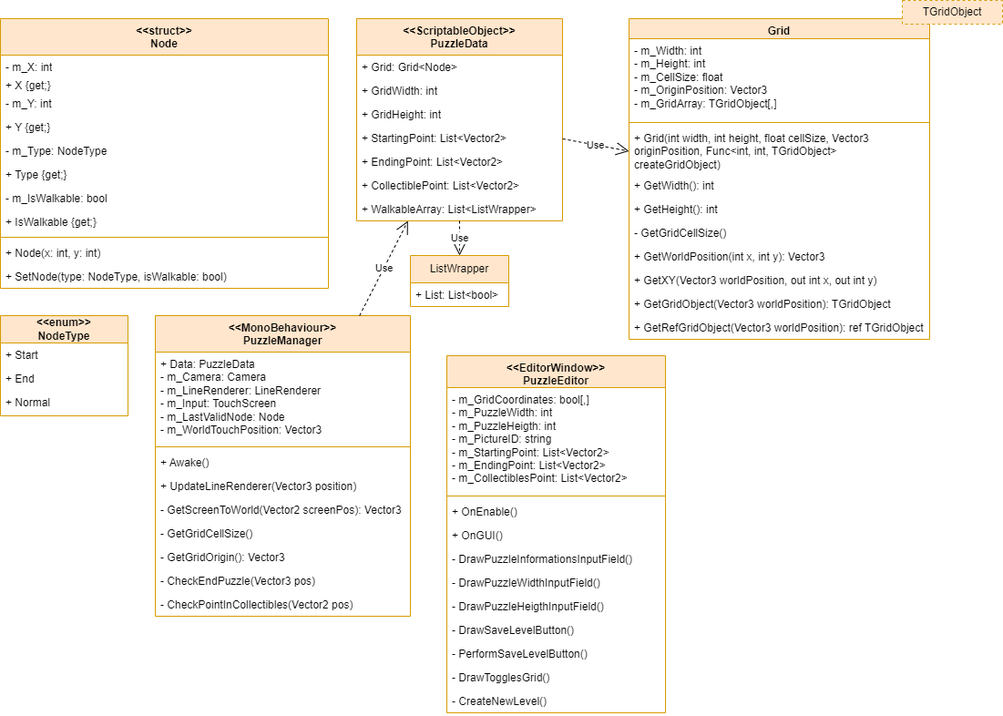
Earlier version of the draw.io export Documentation/Programming/uml_B2B_Museum_Puzzles.png (gabevlogd/Brera-Museum-B2B-App). Source tidied: cells renumbered, new cells last; positions are measured from the earlier drawing's top-left corner, leaving out a move shared by most shapes.
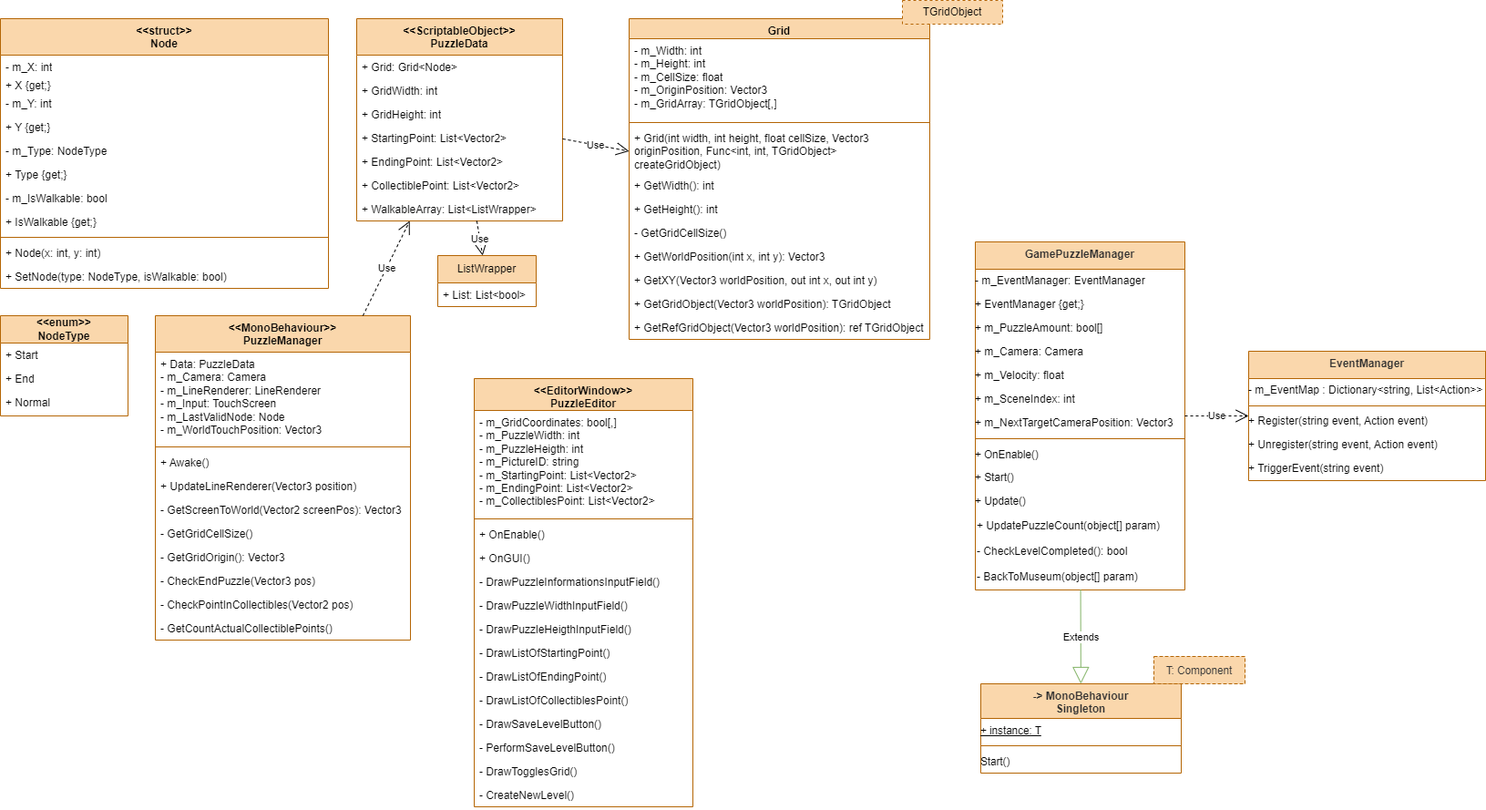
The same diagram one commit later.

Commit message:
updated uml puzzle system

What changed in the source:
```diff
@@ -4,3 +4,3 @@
     <mxCell id="1" parent="0" />
-    <mxCell id="2" value="&amp;lt;&amp;lt;struct&amp;gt;&amp;gt;&lt;br&gt;Node" style="swimlane;fontStyle=1;align=center;verticalAlign=top;horizontal=1;startSize=40;whiteSpace=wrap;html=1;fillColor=#ffe6cc;strokeColor=#d79b00;" parent="1" vertex="1">
+    <mxCell id="2" value="&amp;lt;&amp;lt;struct&amp;gt;&amp;gt;&lt;br&gt;Node" style="swimlane;fontStyle=1;align=center;verticalAlign=top;horizontal=1;startSize=40;whiteSpace=wrap;html=1;fillColor=#fad7ac;strokeColor=#b46504;" parent="1" vertex="1">
       <mxGeometry y="20" width="360" height="296" as="geometry" />
@@ -40,3 +40,3 @@
     </mxCell>
-    <mxCell id="14" value="&lt;b&gt;&amp;lt;&amp;lt;enum&amp;gt;&amp;gt;&lt;br&gt;NodeType&lt;/b&gt;" style="swimlane;fontStyle=0;horizontal=1;startSize=30;fillColor=#ffe6cc;whiteSpace=wrap;html=1;strokeColor=#d79b00;" parent="1" vertex="1">
+    <mxCell id="14" value="&lt;b&gt;&amp;lt;&amp;lt;enum&amp;gt;&amp;gt;&lt;br&gt;NodeType&lt;/b&gt;" style="swimlane;fontStyle=0;horizontal=1;startSize=30;fillColor=#fad7ac;whiteSpace=wrap;html=1;strokeColor=#b46504;" parent="1" vertex="1">
       <mxGeometry y="346" width="140" height="110" as="geometry" />
@@ -52,4 +52,4 @@
     </mxCell>
-    <mxCell id="18" value="&amp;lt;&amp;lt;MonoBehaviour&amp;gt;&amp;gt;&lt;br&gt;PuzzleManager" style="swimlane;fontStyle=1;align=center;verticalAlign=top;horizontal=1;startSize=40;whiteSpace=wrap;html=1;fillColor=#ffe6cc;strokeColor=#d79b00;" parent="1" vertex="1">
-      <mxGeometry x="170" y="346" width="280" height="330" as="geometry" />
+    <mxCell id="18" value="&amp;lt;&amp;lt;MonoBehaviour&amp;gt;&amp;gt;&lt;br&gt;PuzzleManager" style="swimlane;fontStyle=1;align=center;verticalAlign=top;horizontal=1;startSize=40;whiteSpace=wrap;html=1;fillColor=#fad7ac;strokeColor=#b46504;" parent="1" vertex="1">
+      <mxGeometry x="170" y="346" width="280" height="356" as="geometry" />
     </mxCell>
@@ -82,3 +82,6 @@
     </mxCell>
+    <mxCell id="65" value="- GetCountActualCollectiblePoints()" style="text;strokeColor=none;fillColor=none;align=left;verticalAlign=top;spacingLeft=4;spacingRight=4;overflow=hidden;whiteSpace=wrap;html=1;" parent="18" vertex="1">
+      <mxGeometry y="330" width="280" height="26" as="geometry" />
+    </mxCell>
-    <mxCell id="28" value="&amp;lt;&amp;lt;ScriptableObject&amp;gt;&amp;gt;&lt;br&gt;PuzzleData" style="swimlane;fontStyle=1;align=center;verticalAlign=top;horizontal=1;startSize=40;whiteSpace=wrap;html=1;fillColor=#ffe6cc;strokeColor=#d79b00;" parent="1" vertex="1">
+    <mxCell id="28" value="&amp;lt;&amp;lt;ScriptableObject&amp;gt;&amp;gt;&lt;br&gt;PuzzleData" style="swimlane;fontStyle=1;align=center;verticalAlign=top;horizontal=1;startSize=40;whiteSpace=wrap;html=1;fillColor=#fad7ac;strokeColor=#b46504;" parent="1" vertex="1">
       <mxGeometry x="391" y="20" width="226" height="222" as="geometry" />
@@ -106,3 +109,3 @@
     </mxCell>
-    <mxCell id="36" value="Grid" style="swimlane;fontStyle=1;align=center;verticalAlign=top;horizontal=1;startSize=22;whiteSpace=wrap;html=1;fillColor=#ffe6cc;strokeColor=#d79b00;" parent="1" vertex="1">
+    <mxCell id="36" value="Grid" style="swimlane;fontStyle=1;align=center;verticalAlign=top;horizontal=1;startSize=22;whiteSpace=wrap;html=1;fillColor=#fad7ac;strokeColor=#b46504;" parent="1" vertex="1">
       <mxGeometry x="690" y="20" width="330" height="352" as="geometry" />
@@ -139,7 +142,7 @@
     </mxCell>
-    <mxCell id="47" value="TGridObject" style="html=1;whiteSpace=wrap;fillColor=#ffe6cc;strokeColor=#d79b00;dashed=1;" parent="1" vertex="1">
+    <mxCell id="47" value="TGridObject" style="html=1;whiteSpace=wrap;fillColor=#fad7ac;strokeColor=#b46504;dashed=1;" parent="1" vertex="1">
       <mxGeometry x="990" width="110" height="26" as="geometry" />
     </mxCell>
-    <mxCell id="48" value="&amp;lt;&amp;lt;EditorWindow&amp;gt;&amp;gt;&lt;br&gt;PuzzleEditor" style="swimlane;fontStyle=1;align=center;verticalAlign=top;horizontal=1;startSize=35;whiteSpace=wrap;html=1;fillColor=#ffe6cc;strokeColor=#d79b00;" parent="1" vertex="1">
-      <mxGeometry x="490" y="390" width="240" height="392" as="geometry" />
+    <mxCell id="48" value="&amp;lt;&amp;lt;EditorWindow&amp;gt;&amp;gt;&lt;br&gt;PuzzleEditor" style="swimlane;fontStyle=1;align=center;verticalAlign=top;horizontal=1;startSize=35;whiteSpace=wrap;html=1;fillColor=#fad7ac;strokeColor=#b46504;" parent="1" vertex="1">
+      <mxGeometry x="520" y="415" width="240" height="470" as="geometry" />
     </mxCell>
@@ -166,16 +169,25 @@
     </mxCell>
+    <mxCell id="66" value="-&amp;nbsp;DrawListOfStartingPoint()" style="text;strokeColor=none;fillColor=none;align=left;verticalAlign=top;spacingLeft=4;spacingRight=4;overflow=hidden;whiteSpace=wrap;html=1;" parent="48" vertex="1">
+      <mxGeometry y="288" width="240" height="26" as="geometry" />
+    </mxCell>
+    <mxCell id="67" value="-&amp;nbsp;DrawListOfEndingPoint()" style="text;strokeColor=none;fillColor=none;align=left;verticalAlign=top;spacingLeft=4;spacingRight=4;overflow=hidden;whiteSpace=wrap;html=1;" parent="48" vertex="1">
+      <mxGeometry y="314" width="240" height="26" as="geometry" />
+    </mxCell>
+    <mxCell id="68" value="-&amp;nbsp;DrawListOfCollectiblesPoint()" style="text;strokeColor=none;fillColor=none;align=left;verticalAlign=top;spacingLeft=4;spacingRight=4;overflow=hidden;whiteSpace=wrap;html=1;" parent="48" vertex="1">
+      <mxGeometry y="340" width="240" height="26" as="geometry" />
+    </mxCell>
     <mxCell id="56" value="-&amp;nbsp;DrawSaveLevelButton()" style="text;strokeColor=none;fillColor=none;align=left;verticalAlign=top;spacingLeft=4;spacingRight=4;overflow=hidden;whiteSpace=wrap;html=1;" parent="48" vertex="1">
-      <mxGeometry y="288" width="240" height="26" as="geometry" />
+      <mxGeometry y="366" width="240" height="26" as="geometry" />
     </mxCell>
     <mxCell id="57" value="-&amp;nbsp;PerformSaveLevelButton()" style="text;strokeColor=none;fillColor=none;align=left;verticalAlign=top;spacingLeft=4;spacingRight=4;overflow=hidden;whiteSpace=wrap;html=1;" parent="48" vertex="1">
-      <mxGeometry y="314" width="240" height="26" as="geometry" />
+      <mxGeometry y="392" width="240" height="26" as="geometry" />
     </mxCell>
     <mxCell id="58" value="-&amp;nbsp;DrawTogglesGrid()" style="text;strokeColor=none;fillColor=none;align=left;verticalAlign=top;spacingLeft=4;spacingRight=4;overflow=hidden;whiteSpace=wrap;html=1;" parent="48" vertex="1">
-      <mxGeometry y="340" width="240" height="26" as="geometry" />
+      <mxGeometry y="418" width="240" height="26" as="geometry" />
     </mxCell>
     <mxCell id="59" value="-&amp;nbsp;CreateNewLevel()" style="text;strokeColor=none;fillColor=none;align=left;verticalAlign=top;spacingLeft=4;spacingRight=4;overflow=hidden;whiteSpace=wrap;html=1;" parent="48" vertex="1">
-      <mxGeometry y="366" width="240" height="26" as="geometry" />
+      <mxGeometry y="444" width="240" height="26" as="geometry" />
     </mxCell>
-    <mxCell id="60" value="ListWrapper" style="swimlane;fontStyle=0;horizontal=1;startSize=30;fillColor=#ffe6cc;whiteSpace=wrap;html=1;strokeColor=#d79b00;" parent="1" vertex="1">
-      <mxGeometry x="450" y="280" width="108" height="56" as="geometry" />
+    <mxCell id="60" value="ListWrapper" style="swimlane;fontStyle=0;horizontal=1;startSize=30;fillColor=#fad7ac;whiteSpace=wrap;html=1;strokeColor=#b46504;" parent="1" vertex="1">
+      <mxGeometry x="480" y="280" width="108" height="56" as="geometry" />
     </mxCell>
@@ -193,2 +205,86 @@
     </mxCell>
+    <mxCell id="69" value="&lt;font color=&quot;#2e2e2e&quot;&gt;EventManager&lt;br&gt;&lt;/font&gt;" style="swimlane;fontStyle=1;align=center;verticalAlign=top;horizontal=1;startSize=30;whiteSpace=wrap;html=1;fillColor=#fad7ac;strokeColor=#b46504;" parent="1" vertex="1">
+      <mxGeometry x="1370" y="385" width="260" height="142" as="geometry" />
+    </mxCell>
+    <mxCell id="70" value="- m_EventMap : Dictionary&amp;lt;string, List&amp;lt;Action&amp;gt;&amp;gt;" style="verticalAlign=middle;align=left;overflow=width;vsdxID=188;fillColor=none;gradientColor=none;shape=(stored shape, 160 characters);strokeColor=none;spacingTop=-3;spacingBottom=-3;spacingLeft=-3;spacingRight=-3;labelBackgroundColor=none;rounded=0;html=1;whiteSpace=wrap;" parent="69" vertex="1">
+      <mxGeometry y="30" width="260" height="26" as="geometry" />
+    </mxCell>
+    <mxCell id="71" style="line;strokeWidth=1;fillColor=none;align=left;verticalAlign=middle;spacingTop=-1;spacingLeft=3;spacingRight=3;labelPosition=right;strokeColor=inherit;" parent="69" vertex="1">
+      <mxGeometry y="56" width="260" height="8" as="geometry" />
+    </mxCell>
+    <mxCell id="72" value="+ Register(string event,&amp;nbsp;Action event)" style="verticalAlign=middle;align=left;overflow=width;vsdxID=188;fillColor=none;gradientColor=none;shape=(stored shape, 160 characters);strokeColor=none;spacingTop=-3;spacingBottom=-3;spacingLeft=-3;spacingRight=-3;labelBackgroundColor=none;rounded=0;html=1;whiteSpace=wrap;" parent="69" vertex="1">
+      <mxGeometry y="64" width="260" height="26" as="geometry" />
+    </mxCell>
+    <mxCell id="73" value="+ Unregister(string event,&amp;nbsp;Action event)" style="verticalAlign=middle;align=left;overflow=width;vsdxID=188;fillColor=none;gradientColor=none;shape=(stored shape, 160 characters);strokeColor=none;spacingTop=-3;spacingBottom=-3;spacingLeft=-3;spacingRight=-3;labelBackgroundColor=none;rounded=0;html=1;whiteSpace=wrap;" parent="69" vertex="1">
+      <mxGeometry y="90" width="260" height="26" as="geometry" />
+    </mxCell>
+    <mxCell id="74" value="+ TriggerEvent(string event)" style="verticalAlign=middle;align=left;overflow=width;vsdxID=188;fillColor=none;gradientColor=none;shape=(stored shape, 160 characters);strokeColor=none;spacingTop=-3;spacingBottom=-3;spacingLeft=-3;spacingRight=-3;labelBackgroundColor=none;rounded=0;html=1;whiteSpace=wrap;" parent="69" vertex="1">
+      <mxGeometry y="116" width="260" height="26" as="geometry" />
+    </mxCell>
+    <mxCell id="75" value="&lt;font color=&quot;#2e2e2e&quot;&gt;-&amp;gt; MonoBehaviour&lt;br&gt;Singleton&lt;br&gt;&lt;/font&gt;" style="swimlane;fontStyle=1;align=center;verticalAlign=top;horizontal=1;startSize=38;whiteSpace=wrap;html=1;fillColor=#fad7ac;strokeColor=#b46504;" parent="1" vertex="1">
+      <mxGeometry x="1076" y="750" width="220" height="98" as="geometry" />
+    </mxCell>
+    <mxCell id="76" value="&lt;div style=&quot;font-size: 1px&quot;&gt;&lt;font style=&quot;font-size: 11.64px; font-family: Helvetica; direction: ltr; letter-spacing: 0px; line-height: 120%; opacity: 1;&quot;&gt;+ instance: T&lt;/font&gt;&lt;/div&gt;" style="verticalAlign=middle;align=left;overflow=width;vsdxID=188;fillColor=none;gradientColor=none;shape=(stored shape, 160 characters);strokeColor=none;spacingTop=-3;spacingBottom=-3;spacingLeft=-3;spacingRight=-3;labelBackgroundColor=none;rounded=0;html=1;whiteSpace=wrap;fontStyle=4;fontColor=#030303;" parent="75" vertex="1">
+      <mxGeometry y="38" width="220" height="26" as="geometry" />
+    </mxCell>
+    <mxCell id="77" style="line;strokeWidth=1;fillColor=none;align=left;verticalAlign=middle;spacingTop=-1;spacingLeft=3;spacingRight=3;labelPosition=right;strokeColor=inherit;" parent="75" vertex="1">
+      <mxGeometry y="64" width="220" height="8" as="geometry" />
+    </mxCell>
+    <mxCell id="78" value="&lt;div style=&quot;font-size: 1px&quot;&gt;&lt;font style=&quot;font-size: 11.64px; font-family: Helvetica; direction: ltr; letter-spacing: 0px; line-height: 120%; opacity: 1;&quot;&gt;Start()&lt;/font&gt;&lt;/div&gt;" style="verticalAlign=middle;align=left;overflow=width;vsdxID=190;fillColor=none;gradientColor=none;shape=(stored shape, 160 characters);strokeColor=none;spacingTop=-3;spacingBottom=-3;spacingLeft=-3;spacingRight=-3;labelBackgroundColor=none;rounded=0;html=1;whiteSpace=wrap;fontColor=#030303;" parent="75" vertex="1">
+      <mxGeometry y="72" width="220" height="26" as="geometry" />
+    </mxCell>
+    <mxCell id="79" value="&lt;div style=&quot;font-size: 1px&quot;&gt;&lt;font color=&quot;#383838&quot; style=&quot;font-size: 11.64px; font-family: Helvetica; direction: ltr; letter-spacing: 0px; line-height: 120%; opacity: 1;&quot;&gt;T: Component&lt;/font&gt;&lt;/div&gt;" style="verticalAlign=middle;align=center;overflow=width;vsdxID=191;fillColor=#fad7ac;shape=(stored shape, 160 characters);dashed=1;dashPattern=4.00 2.00;strokeColor=#b46504;spacingTop=-3;spacingBottom=-3;spacingLeft=-3;spacingRight=-3;labelBackgroundColor=none;rounded=0;html=1;whiteSpace=wrap;" parent="1" vertex="1">
+      <mxGeometry x="1266" y="720" width="100" height="30" as="geometry" />
+    </mxCell>
+    <mxCell id="80" value="&lt;font color=&quot;#2e2e2e&quot;&gt;GamePuzzleManager&lt;br&gt;&lt;/font&gt;" style="swimlane;fontStyle=1;align=center;verticalAlign=top;horizontal=1;startSize=30;whiteSpace=wrap;html=1;fillColor=#fad7ac;strokeColor=#b46504;" parent="1" vertex="1">
+      <mxGeometry x="1070" y="265" width="230" height="382" as="geometry" />
+    </mxCell>
+    <mxCell id="81" value="- m_EventManager: EventManager" style="verticalAlign=middle;align=left;overflow=width;vsdxID=188;fillColor=none;gradientColor=none;shape=(stored shape, 160 characters);strokeColor=none;spacingTop=-3;spacingBottom=-3;spacingLeft=-3;spacingRight=-3;labelBackgroundColor=none;rounded=0;html=1;whiteSpace=wrap;" parent="80" vertex="1">
+      <mxGeometry y="30" width="230" height="26" as="geometry" />
+    </mxCell>
+    <mxCell id="82" value="+ EventManager&amp;nbsp;{get;}" style="verticalAlign=middle;align=left;overflow=width;vsdxID=188;fillColor=none;gradientColor=none;shape=(stored shape, 160 characters);strokeColor=none;spacingTop=-3;spacingBottom=-3;spacingLeft=-3;spacingRight=-3;labelBackgroundColor=none;rounded=0;html=1;whiteSpace=wrap;" parent="80" vertex="1">
+      <mxGeometry y="56" width="230" height="26" as="geometry" />
+    </mxCell>
+    <mxCell id="83" value="+ m_PuzzleAmount: bool[]" style="verticalAlign=middle;align=left;overflow=width;vsdxID=188;fillColor=none;gradientColor=none;shape=(stored shape, 160 characters);strokeColor=none;spacingTop=-3;spacingBottom=-3;spacingLeft=-3;spacingRight=-3;labelBackgroundColor=none;rounded=0;html=1;whiteSpace=wrap;" parent="80" vertex="1">
+      <mxGeometry y="82" width="230" height="26" as="geometry" />
+    </mxCell>
+    <mxCell id="84" value="+ m_Camera: Camera" style="verticalAlign=middle;align=left;overflow=width;vsdxID=188;fillColor=none;gradientColor=none;shape=(stored shape, 160 characters);strokeColor=none;spacingTop=-3;spacingBottom=-3;spacingLeft=-3;spacingRight=-3;labelBackgroundColor=none;rounded=0;html=1;whiteSpace=wrap;" parent="80" vertex="1">
+      <mxGeometry y="108" width="230" height="26" as="geometry" />
+    </mxCell>
+    <mxCell id="85" value="+ m_Velocity: float" style="verticalAlign=middle;align=left;overflow=width;vsdxID=188;fillColor=none;gradientColor=none;shape=(stored shape, 160 characters);strokeColor=none;spacingTop=-3;spacingBottom=-3;spacingLeft=-3;spacingRight=-3;labelBackgroundColor=none;rounded=0;html=1;whiteSpace=wrap;" parent="80" vertex="1">
+      <mxGeometry y="134" width="230" height="26" as="geometry" />
+    </mxCell>
+    <mxCell id="86" value="+ m_SceneIndex: int" style="verticalAlign=middle;align=left;overflow=width;vsdxID=188;fillColor=none;gradientColor=none;shape=(stored shape, 160 characters);strokeColor=none;spacingTop=-3;spacingBottom=-3;spacingLeft=-3;spacingRight=-3;labelBackgroundColor=none;rounded=0;html=1;whiteSpace=wrap;" parent="80" vertex="1">
+      <mxGeometry y="160" width="230" height="26" as="geometry" />
+    </mxCell>
+    <mxCell id="87" value="+ m_NextTargetCameraPosition: Vector3" style="verticalAlign=middle;align=left;overflow=width;vsdxID=188;fillColor=none;gradientColor=none;shape=(stored shape, 160 characters);strokeColor=none;spacingTop=-3;spacingBottom=-3;spacingLeft=-3;spacingRight=-3;labelBackgroundColor=none;rounded=0;html=1;whiteSpace=wrap;" parent="80" vertex="1">
+      <mxGeometry y="186" width="230" height="26" as="geometry" />
+    </mxCell>
+    <mxCell id="88" style="line;strokeWidth=1;fillColor=none;align=left;verticalAlign=middle;spacingTop=-1;spacingLeft=3;spacingRight=3;labelPosition=right;strokeColor=inherit;" parent="80" vertex="1">
+      <mxGeometry y="212" width="230" height="8" as="geometry" />
+    </mxCell>
+    <mxCell id="89" value="&lt;div style=&quot;font-size: 1px&quot;&gt;&lt;font style=&quot;font-size: 11.64px; font-family: Helvetica; direction: ltr; letter-spacing: 0px; line-height: 120%; opacity: 1;&quot;&gt;+ OnEnable()&lt;/font&gt;&lt;/div&gt;" style="verticalAlign=middle;align=left;overflow=width;vsdxID=190;fillColor=none;gradientColor=none;shape=(stored shape, 160 characters);strokeColor=none;spacingTop=-3;spacingBottom=-3;spacingLeft=-3;spacingRight=-3;labelBackgroundColor=none;rounded=0;html=1;whiteSpace=wrap;fontColor=#030303;" parent="80" vertex="1">
+      <mxGeometry y="220" width="230" height="26" as="geometry" />
+    </mxCell>
+    <mxCell id="90" value="+&amp;nbsp;&lt;span style=&quot;font-size: 11.64px; letter-spacing: 0px; background-color: initial;&quot;&gt;Start()&lt;/span&gt;" style="verticalAlign=middle;align=left;overflow=width;vsdxID=190;fillColor=none;gradientColor=none;shape=(stored shape, 160 characters);strokeColor=none;spacingTop=-3;spacingBottom=-3;spacingLeft=-3;spacingRight=-3;labelBackgroundColor=none;rounded=0;html=1;whiteSpace=wrap;fontColor=#030303;" parent="80" vertex="1">
+      <mxGeometry y="246" width="230" height="26" as="geometry" />
+    </mxCell>
+    <mxCell id="91" value="+&amp;nbsp;&lt;span style=&quot;font-size: 11.64px; letter-spacing: 0px; background-color: initial;&quot;&gt;Update()&lt;/span&gt;" style="verticalAlign=middle;align=left;overflow=width;vsdxID=190;fillColor=none;gradientColor=none;shape=(stored shape, 160 characters);strokeColor=none;spacingTop=-3;spacingBottom=-3;spacingLeft=-3;spacingRight=-3;labelBackgroundColor=none;rounded=0;html=1;whiteSpace=wrap;fontColor=#030303;" parent="80" vertex="1">
+      <mxGeometry y="272" width="230" height="26" as="geometry" />
+    </mxCell>
+    <mxCell id="92" value="+ UpdatePuzzleCount(object[] param)" style="text;whiteSpace=wrap;" parent="80" vertex="1">
+      <mxGeometry y="298" width="230" height="28" as="geometry" />
+    </mxCell>
+    <mxCell id="93" value="- CheckLevelCompleted(): bool" style="text;whiteSpace=wrap;" parent="80" vertex="1">
+      <mxGeometry y="326" width="230" height="28" as="geometry" />
+    </mxCell>
+    <mxCell id="94" value="- BackToMuseum(object[] param)" style="text;whiteSpace=wrap;" parent="80" vertex="1">
+      <mxGeometry y="354" width="230" height="28" as="geometry" />
+    </mxCell>
+    <mxCell id="95" value="Extends" style="endArrow=block;endSize=16;endFill=0;html=1;rounded=0;fillColor=#d5e8d4;strokeColor=#82b366;" parent="1" edge="1" source="80" target="75">
+      <mxGeometry relative="1" as="geometry" />
+    </mxCell>
+    <mxCell id="96" value="Use" style="endArrow=open;endSize=12;dashed=1;html=1;rounded=0;" parent="1" edge="1" source="80" target="69">
+      <mxGeometry relative="1" as="geometry" />
+    </mxCell>
   </root>
```
